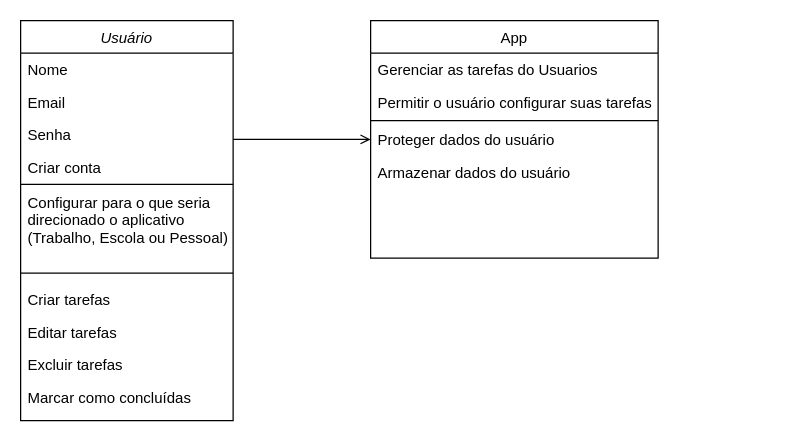
Lotharzin/Sistema-de-gerenciamento-de-tarefas keeps this draw.io diagram as Diagrama sem nome.drawio. Above is the earlier version. Source tidied: cells renumbered, new cells numbered last; positions are measured from the earlier drawing's top-left corner, leaving out a move shared by most shapes. Both pictures are drawn from the tidied source at 125%, with x=0, y=0 at pixel (20, 20).
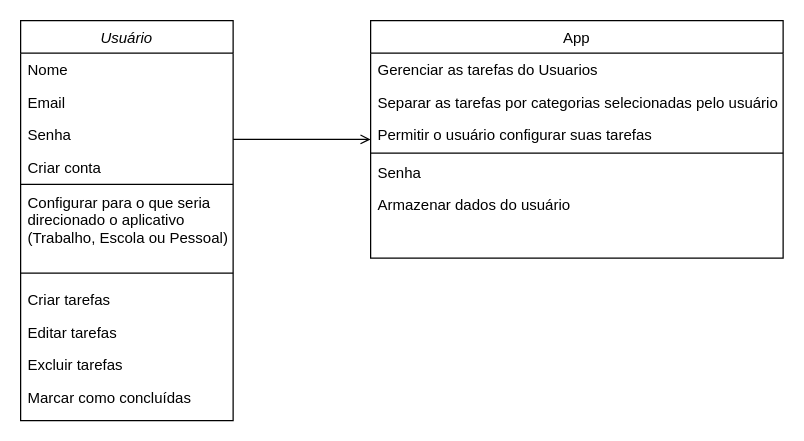
The same diagram, later.

Commit message:
GG ez, melhor do que fazer jogo do R.A.S

What changed in the source:
```diff
@@
     <mxCell id="14" value="App" style="swimlane;fontStyle=0;align=center;verticalAlign=top;horizontal=1;startSize=26;rounded=0;shadow=0;strokeWidth=1;" parent="1" vertex="1">
-      <mxGeometry x="280" width="230" height="190" as="geometry" />
+      <mxGeometry x="280" width="330" height="190" as="geometry" />
     </mxCell>
     <mxCell id="15" value="Gerenciar as tarefas do Usuarios" style="text;align=left;verticalAlign=top;spacingLeft=4;spacingRight=4;overflow=hidden;rounded=0;shadow=0;html=0;" parent="14" vertex="1">
-      <mxGeometry y="26" width="230" height="26" as="geometry" />
+      <mxGeometry y="26" width="330" height="26" as="geometry" />
     </mxCell>
+    <mxCell id="18" value="Separar as tarefas por categorias selecionadas pelo usuário" style="text;align=left;verticalAlign=top;spacingLeft=4;spacingRight=4;overflow=hidden;rounded=0;shadow=0;html=0;" parent="14" vertex="1">
+      <mxGeometry y="52" width="330" height="26" as="geometry" />
+    </mxCell>
     <mxCell id="16" value="Permitir o usuário configurar suas tarefas" style="text;align=left;verticalAlign=top;spacingLeft=4;spacingRight=4;overflow=hidden;rounded=0;shadow=0;html=0;" parent="14" vertex="1">
-      <mxGeometry y="52" width="230" height="26" as="geometry" />
+      <mxGeometry y="78" width="330" height="26" as="geometry" />
     </mxCell>
     <mxCell id="17" style="line;html=1;strokeWidth=1;align=left;verticalAlign=middle;spacingTop=-1;spacingLeft=3;spacingRight=3;labelPosition=right;" parent="14" vertex="1">
-      <mxGeometry y="78" width="230" height="4" as="geometry" />
+      <mxGeometry y="104" width="330" height="4" as="geometry" />
     </mxCell>
-    <mxCell id="18" value="Proteger dados do usuário" style="text;align=left;verticalAlign=top;spacingLeft=4;spacingRight=4;overflow=hidden;rounded=0;shadow=0;html=0;" parent="14" vertex="1">
-      <mxGeometry y="82" width="230" height="26" as="geometry" />
-    </mxCell>
+    <mxCell id="21" value="Senha" style="text;align=left;verticalAlign=top;spacingLeft=4;spacingRight=4;overflow=hidden;rounded=0;shadow=0;html=0;" parent="14" vertex="1">
+      <mxGeometry y="108" width="330" height="26" as="geometry" />
+    </mxCell>
     <mxCell id="19" value="Armazenar dados do usuário" style="text;align=left;verticalAlign=top;spacingLeft=4;spacingRight=4;overflow=hidden;rounded=0;shadow=0;html=0;" parent="14" vertex="1">
-      <mxGeometry y="108" width="230" height="26" as="geometry" />
+      <mxGeometry y="134" width="330" height="26" as="geometry" />
     </mxCell>
```
